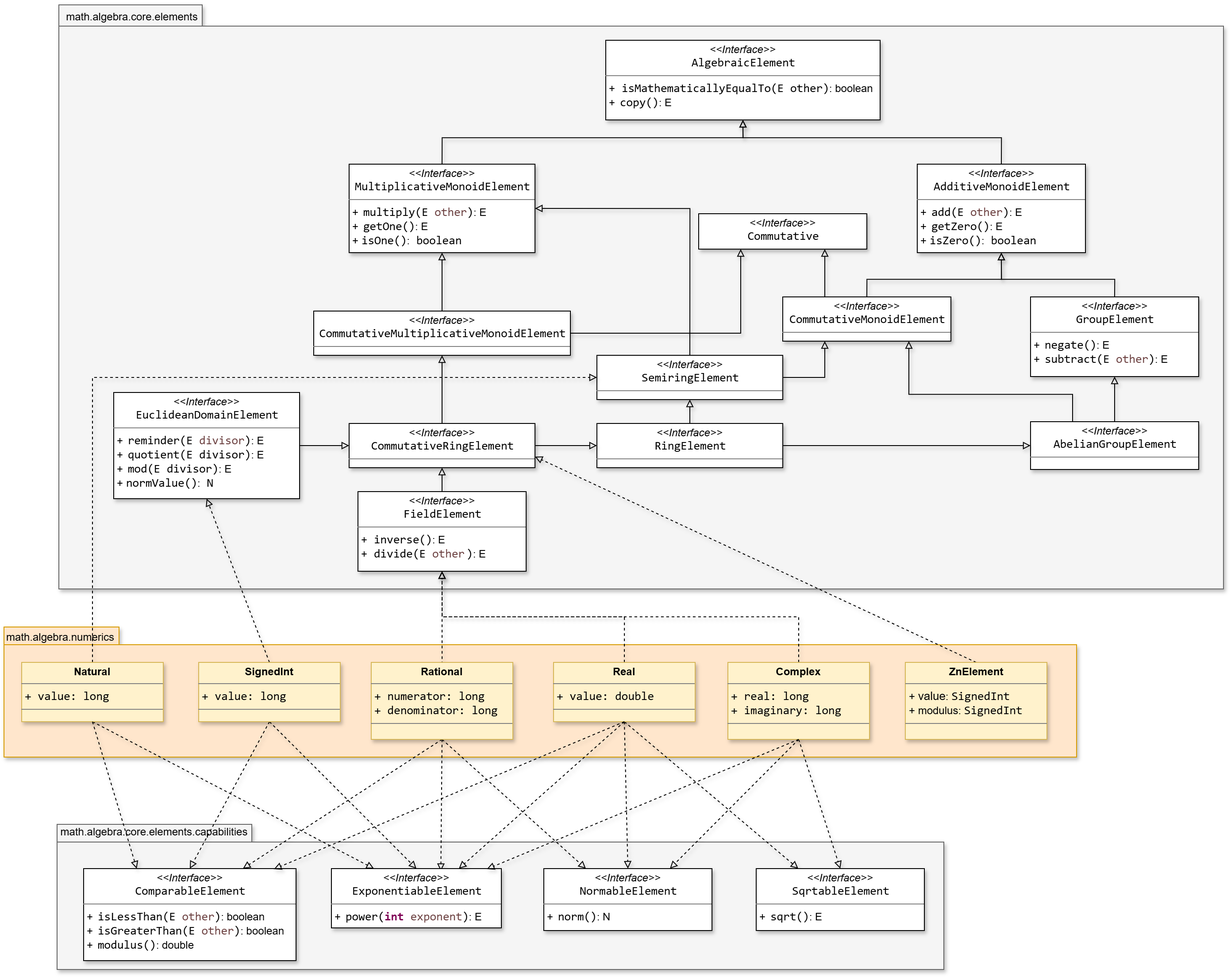
The draw.io diagram resources/SMFN-algebra-elements.drawio.png in gom9000/SMFN, before a commit. Source tidied: cells renumbered, new cells last; positions are measured from the earlier drawing's top-left corner, leaving out a move shared by most shapes.
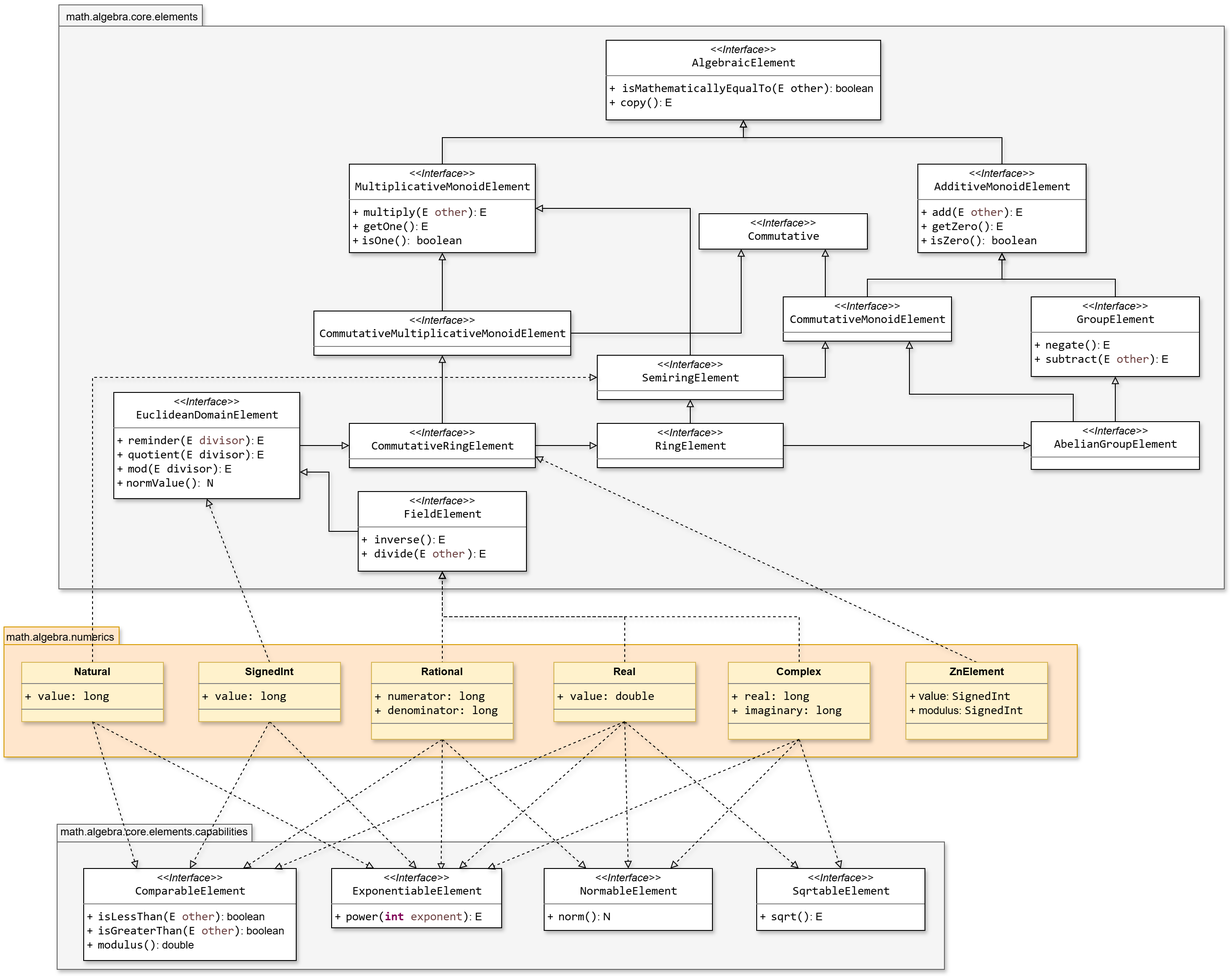
The same file after the commit.

Diff of the diagram source:
```diff
@@ -114,7 +114,7 @@
     <mxCell id="30" value="&lt;p style=&quot;margin:0px;margin-top:4px;text-align:center;&quot;&gt;&lt;i&gt;&amp;lt;&amp;lt;Interface&amp;gt;&amp;gt;&lt;/i&gt;&lt;br&gt;&lt;span style=&quot;padding: 0px 0px 0px 2px;&quot;&gt;&lt;span style=&quot;font-family: Consolas; font-size: 10pt; white-space: pre;&quot;&gt;&lt;span style=&quot;&quot;&gt;CommutativeRingElement&lt;/span&gt;&lt;/span&gt;&lt;/span&gt;&lt;/p&gt;&lt;hr size=&quot;1&quot; style=&quot;border-style:solid;&quot;&gt;&lt;p style=&quot;margin:0px;margin-left:4px;&quot;&gt;&lt;/p&gt;&lt;p style=&quot;margin:0px;margin-left:4px;&quot;&gt;&lt;br&gt;&lt;/p&gt;" style="verticalAlign=top;align=left;overflow=fill;html=1;whiteSpace=wrap;labelBackgroundColor=none;shadow=1;" parent="1" vertex="1">
       <mxGeometry x="390" y="474" width="210" height="50" as="geometry" />
     </mxCell>
-    <mxCell id="31" style="edgeStyle=orthogonalEdgeStyle;rounded=0;jettySize=auto;html=1;exitX=0.5;exitY=0;exitDx=0;exitDy=0;entryX=0.5;entryY=1;entryDx=0;entryDy=0;strokeColor=default;align=center;verticalAlign=middle;fontFamily=Helvetica;fontSize=11;fontColor=default;labelBackgroundColor=none;endArrow=block;endFill=0;shadow=1;" parent="1" edge="1" source="32" target="30">
+    <mxCell id="31" style="edgeStyle=orthogonalEdgeStyle;rounded=0;jettySize=auto;html=1;exitX=0;exitY=0.5;exitDx=0;exitDy=0;entryX=1;entryY=0.75;entryDx=0;entryDy=0;strokeColor=default;align=center;verticalAlign=middle;fontFamily=Helvetica;fontSize=11;fontColor=default;labelBackgroundColor=none;endArrow=block;endFill=0;shadow=1;" parent="1" edge="1" source="32" target="65">
       <mxGeometry relative="1" as="geometry" />
     </mxCell>
     <mxCell id="32" value="&lt;p style=&quot;margin:0px;margin-top:4px;text-align:center;&quot;&gt;&lt;i&gt;&amp;lt;&amp;lt;Interface&amp;gt;&amp;gt;&lt;/i&gt;&lt;br&gt;&lt;span style=&quot;padding: 0px 0px 0px 2px;&quot;&gt;&lt;span style=&quot;font-family: Consolas; font-size: 10pt; white-space: pre;&quot;&gt;&lt;span style=&quot;&quot;&gt;FieldElement&lt;/span&gt;&lt;/span&gt;&lt;/span&gt;&lt;/p&gt;&lt;hr size=&quot;1&quot; style=&quot;border-style:solid;&quot;&gt;&lt;p style=&quot;margin:0px;margin-left:4px;&quot;&gt;&lt;/p&gt;&lt;p style=&quot;margin:0px;margin-left:4px;&quot;&gt;+&amp;nbsp;&lt;span style=&quot;padding: 0px 0px 0px 2px;&quot;&gt;&lt;span style=&quot;padding: 0px 0px 0px 2px;&quot;&gt;&lt;span style=&quot;font-family: Consolas; font-size: 10pt; white-space: pre;&quot;&gt;&lt;span style=&quot;&quot;&gt;inverse&lt;/span&gt;&lt;/span&gt;&lt;/span&gt;&lt;span style=&quot;font-family: Consolas; font-size: 10pt; white-space: pre;&quot;&gt;()&lt;/span&gt;&lt;/span&gt;: E&lt;br&gt;+&amp;nbsp;&lt;span style=&quot;padding: 0px 0px 0px 2px;&quot;&gt;&lt;span style=&quot;padding: 0px 0px 0px 2px;&quot;&gt;&lt;span style=&quot;font-family: Consolas; font-size: 10pt; white-space: pre;&quot;&gt;&lt;span style=&quot;&quot;&gt;divide&lt;/span&gt;&lt;/span&gt;&lt;/span&gt;&lt;span style=&quot;font-family: Consolas; font-size: 10pt; white-space: pre;&quot;&gt;(&lt;/span&gt;&lt;/span&gt;&lt;span style=&quot;color: light-dark(rgb(0, 0, 0), rgb(255, 255, 255)); font-family: Consolas; font-size: 13.3333px; white-space: pre;&quot;&gt;E &lt;/span&gt;&lt;span style=&quot;font-family: Consolas; font-size: 13.3333px; white-space: pre; color: rgb(106, 62, 62);&quot;&gt;other&lt;/span&gt;&lt;span style=&quot;color: light-dark(rgb(0, 0, 0), rgb(255, 255, 255)); padding: 0px 0px 0px 2px;&quot;&gt;&lt;span style=&quot;font-family: Consolas; font-size: 10pt; white-space: pre;&quot;&gt;)&lt;/span&gt;&lt;/span&gt;&lt;span style=&quot;color: light-dark(rgb(0, 0, 0), rgb(255, 255, 255));&quot;&gt;: E&lt;/span&gt;&lt;/p&gt;&lt;p style=&quot;margin:0px;margin-left:4px;&quot;&gt;&lt;br&gt;&lt;/p&gt;" style="verticalAlign=top;align=left;overflow=fill;html=1;whiteSpace=wrap;labelBackgroundColor=none;shadow=1;" parent="1" vertex="1">
```
